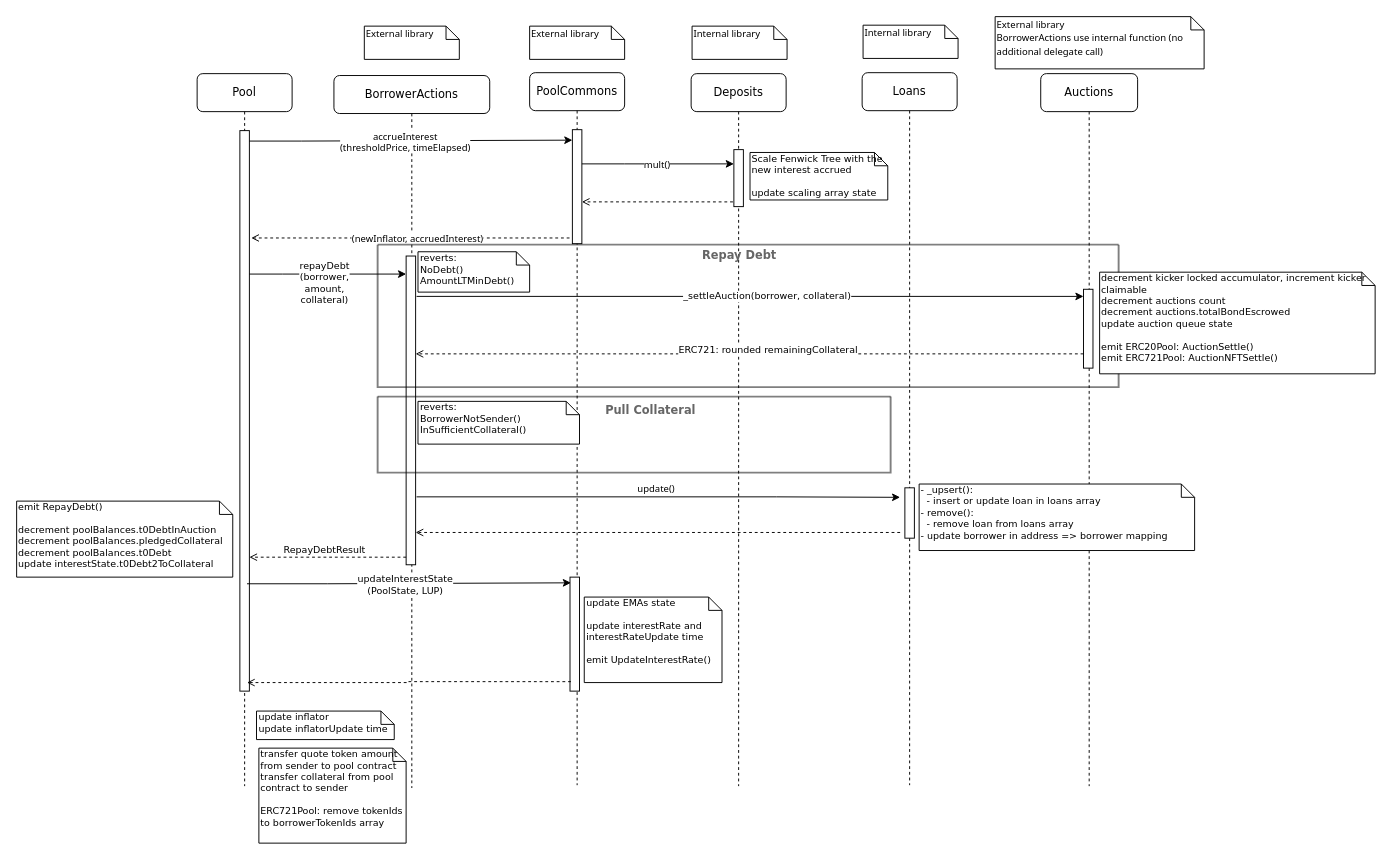
The draw.io diagram docs/drawio/repayDebt.drawio in ajna-finance/ajna-core, before the edit. Source tidied: cells renumbered, new cells numbered last; positions are measured from the earlier drawing's top-left corner, leaving out a move shared by most shapes. Both pictures are drawn from the tidied source at 95%, with x=0, y=0 at pixel (16, 16).
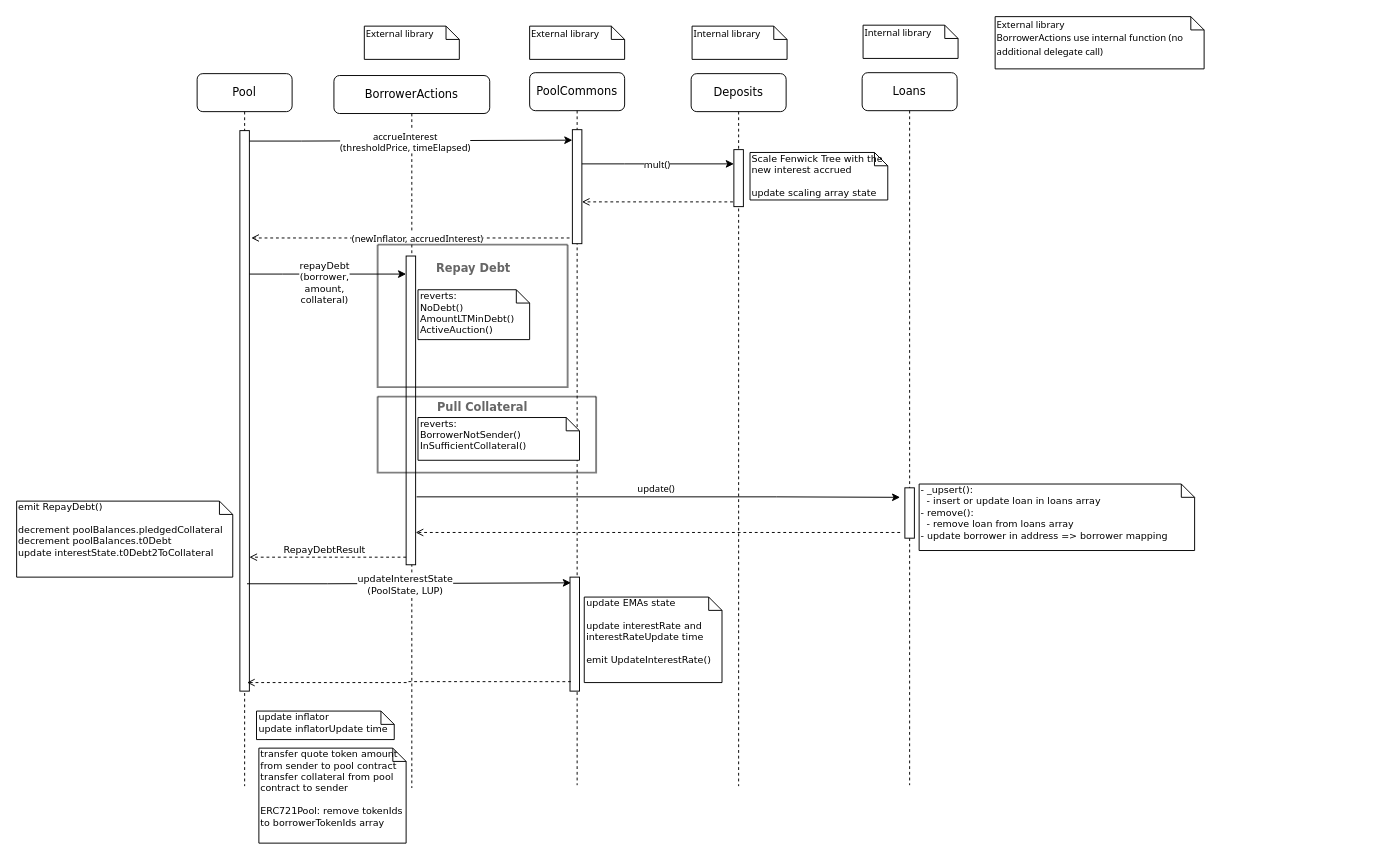
The same diagram, later.

The edit, as a diff of the source:
```diff
@@
-    <mxCell id="30" value="Auctions" style="shape=umlLifeline;perimeter=lifelinePerimeter;whiteSpace=wrap;html=1;rounded=1;shadow=0;comic=0;labelBackgroundColor=none;strokeWidth=1;fontFamily=Verdana;fontSize=12;align=center;" parent="1" vertex="1">
-      <mxGeometry x="1078" y="60" width="102" height="750" as="geometry" />
-    </mxCell>
-    <mxCell id="31" style="html=1;points=[];perimeter=orthogonalPerimeter;rounded=0;shadow=0;comic=0;labelBackgroundColor=none;strokeWidth=1;fontFamily=Verdana;fontSize=12;align=center;" parent="30" vertex="1">
-      <mxGeometry x="45" y="227" width="10" height="83" as="geometry" />
-    </mxCell>
@@
-    <mxCell id="37" style="edgeStyle=orthogonalEdgeStyle;rounded=0;orthogonalLoop=1;jettySize=auto;html=1;fontFamily=Verdana;fontSize=10;endArrow=classic;endFill=1;" parent="1" edge="1">
-      <mxGeometry relative="1" as="geometry">
-        <mxPoint x="421" y="294.5" as="sourcePoint" />
-        <mxPoint x="1123" y="294.5" as="targetPoint" />
-      </mxGeometry>
-    </mxCell>
-    <mxCell id="38" value="_settleAuction(borrower, collateral)" style="edgeLabel;html=1;align=center;verticalAlign=middle;fontSize=10;fontFamily=Verdana;" parent="37" vertex="1">
-      <mxGeometry x="-0.1" y="2" relative="1" as="geometry">
-        <mxPoint x="52" y="1" as="offset" />
-      </mxGeometry>
-    </mxCell>
-    <mxCell id="39" style="edgeStyle=orthogonalEdgeStyle;rounded=0;jettySize=auto;html=1;fontFamily=Verdana;fontSize=10;endArrow=open;endFill=0;dashed=1;" parent="1" edge="1" source="31">
-      <mxGeometry relative="1" as="geometry">
-        <mxPoint x="420" y="355" as="targetPoint" />
-        <Array as="points">
-          <mxPoint x="940" y="355" />
-          <mxPoint x="940" y="355" />
-        </Array>
-      </mxGeometry>
-    </mxCell>
-    <mxCell id="40" value="ERC721: rounded remainingCollateral " style="edgeLabel;html=1;align=center;verticalAlign=middle;fontSize=10;fontFamily=Verdana;" parent="39" vertex="1">
-      <mxGeometry x="0.12" y="2" relative="1" as="geometry">
-        <mxPoint x="61" y="-7" as="offset" />
-      </mxGeometry>
-    </mxCell>
     <mxCell id="41" style="swimlane;startSize=0;labelBackgroundColor=none;fontFamily=Verdana;fontSize=12;gradientColor=none;opacity=50;strokeWidth=2;" parent="1" vertex="1">
-      <mxGeometry x="380" y="240" width="780" height="150" as="geometry" />
+      <mxGeometry x="380" y="240" width="200" height="150" as="geometry" />
     </mxCell>
     <mxCell id="42" value="Repay Debt" style="text;html=1;align=left;verticalAlign=middle;strokeColor=none;fillColor=none;fontSize=12;fontFamily=Verdana;fontColor=#666666;fontStyle=1;" parent="41" vertex="1">
-      <mxGeometry x="340" y="-3" width="100" height="30" as="geometry" />
+      <mxGeometry x="60" y="10" width="100" height="30" as="geometry" />
     </mxCell>
-    <mxCell id="43" value="&lt;div&gt;reverts:&lt;/div&gt;&lt;div&gt;NoDebt()&lt;/div&gt;&lt;div&gt;AmountLTMinDebt()&lt;/div&gt;" style="shape=note;whiteSpace=wrap;html=1;size=14;verticalAlign=top;align=left;spacingTop=-6;rounded=0;shadow=0;comic=0;labelBackgroundColor=none;strokeWidth=1;fontFamily=Verdana;fontSize=10;" parent="41" vertex="1">
-      <mxGeometry x="42.5" y="7.5" width="117.5" height="42.5" as="geometry" />
+    <mxCell id="43" value="&lt;div&gt;reverts:&lt;/div&gt;&lt;div&gt;NoDebt()&lt;/div&gt;&lt;div&gt;AmountLTMinDebt()&lt;/div&gt;&lt;div&gt;ActiveAuction()&lt;/div&gt;" style="shape=note;whiteSpace=wrap;html=1;size=14;verticalAlign=top;align=left;spacingTop=-6;rounded=0;shadow=0;comic=0;labelBackgroundColor=none;strokeWidth=1;fontFamily=Verdana;fontSize=10;" parent="41" vertex="1">
+      <mxGeometry x="42.5" y="47.5" width="117.5" height="52.5" as="geometry" />
     </mxCell>
-    <mxCell id="44" value="decrement kicker locked accumulator, increment kicker claimable&lt;br&gt;decrement auctions count&lt;br&gt;decrement auctions.totalBondEscrowed&lt;br&gt;&lt;div&gt;update auction queue state&lt;/div&gt;&lt;div&gt;&lt;br&gt;&lt;/div&gt;&lt;div&gt;emit ERC20Pool: AuctionSettle()&lt;/div&gt;&lt;div&gt;emit ERC721Pool: AuctionNFTSettle()&lt;br&gt;&lt;/div&gt;" style="shape=note;whiteSpace=wrap;html=1;size=14;verticalAlign=top;align=left;spacingTop=-6;rounded=0;shadow=0;comic=0;labelBackgroundColor=none;strokeWidth=1;fontFamily=Verdana;fontSize=10;" parent="1" vertex="1">
-      <mxGeometry x="1140" y="269" width="290" height="107" as="geometry" />
-    </mxCell>
@@
     <mxCell id="46" style="swimlane;startSize=0;labelBackgroundColor=none;fontFamily=Verdana;fontSize=12;gradientColor=none;opacity=50;strokeWidth=2;" parent="1" vertex="1">
-      <mxGeometry x="380" y="400" width="540" height="80" as="geometry" />
+      <mxGeometry x="380" y="400" width="230" height="80" as="geometry" />
     </mxCell>
     <mxCell id="47" value="Pull Collateral" style="text;html=1;align=left;verticalAlign=middle;strokeColor=none;fillColor=none;fontSize=12;fontFamily=Verdana;fontColor=#666666;fontStyle=1;" parent="46" vertex="1">
-      <mxGeometry x="237.5" width="120" height="30" as="geometry" />
+      <mxGeometry x="60.5" y="-3" width="120" height="30" as="geometry" />
     </mxCell>
     <mxCell id="48" value="&lt;div&gt;reverts:&lt;/div&gt;&lt;div&gt;BorrowerNotSender()&lt;/div&gt;InSufficientCollateral()" style="shape=note;whiteSpace=wrap;html=1;size=14;verticalAlign=top;align=left;spacingTop=-6;rounded=0;shadow=0;comic=0;labelBackgroundColor=none;strokeWidth=1;fontFamily=Verdana;fontSize=10;" parent="46" vertex="1">
-      <mxGeometry x="42.5" y="5" width="170" height="45" as="geometry" />
+      <mxGeometry x="42.5" y="22" width="170" height="45" as="geometry" />
     </mxCell>
@@
-    <mxCell id="50" value="&lt;div&gt;emit RepayDebt()&lt;/div&gt;&lt;div&gt;&lt;br&gt;&lt;/div&gt;&lt;div&gt;decrement poolBalances.t0DebtInAuction&lt;br&gt;decrement poolBalances.pledgedCollateral &lt;br&gt;decrement poolBalances.t0Debt&lt;/div&gt;&lt;div&gt;update interestState.t0Debt2ToCollateral&lt;/div&gt;" style="shape=note;whiteSpace=wrap;html=1;size=14;verticalAlign=top;align=left;spacingTop=-6;rounded=0;shadow=0;comic=0;labelBackgroundColor=none;strokeWidth=1;fontFamily=Verdana;fontSize=10;" parent="1" vertex="1">
+    <mxCell id="50" value="&lt;div&gt;emit RepayDebt()&lt;/div&gt;&lt;div&gt;&lt;br&gt;&lt;/div&gt;&lt;div&gt;decrement poolBalances.pledgedCollateral &lt;br&gt;decrement poolBalances.t0Debt&lt;/div&gt;&lt;div&gt;update interestState.t0Debt2ToCollateral&lt;/div&gt;" style="shape=note;whiteSpace=wrap;html=1;size=14;verticalAlign=top;align=left;spacingTop=-6;rounded=0;shadow=0;comic=0;labelBackgroundColor=none;strokeWidth=1;fontFamily=Verdana;fontSize=10;" parent="1" vertex="1">
       <mxGeometry y="510" width="227.5" height="80" as="geometry" />
     </mxCell>
```
